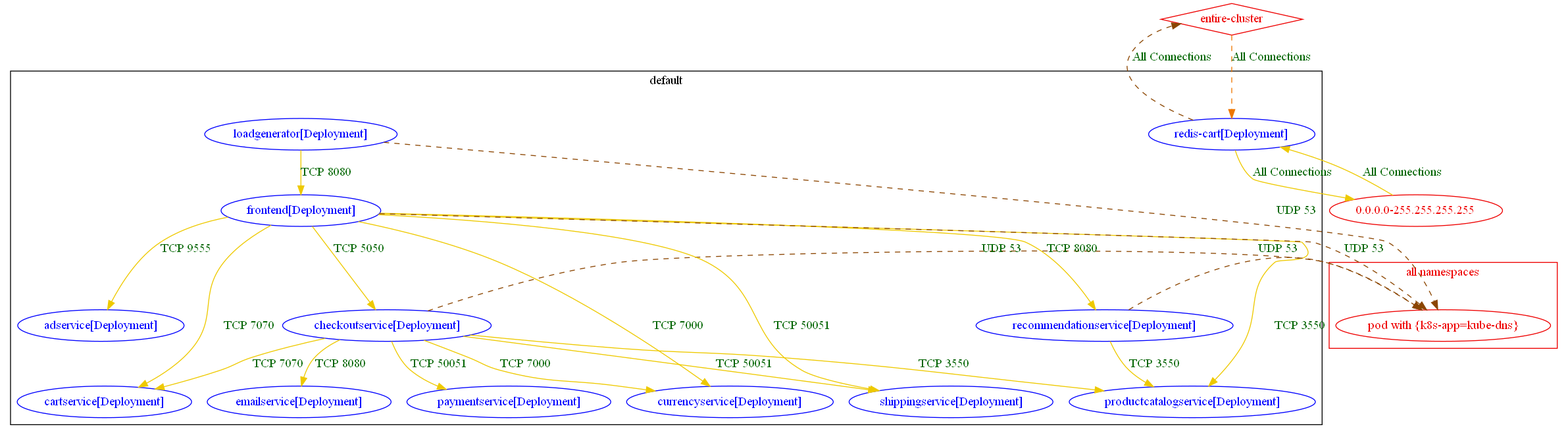
This is test_outputs/connlist/onlineboutique_workloads_exposure_output.dot.png from np-guard/netpol-analyzer, a Graphviz export, as it was before one commit. Its source is kept beside it as test_outputs/connlist/onlineboutique_workloads_exposure_output.dot.
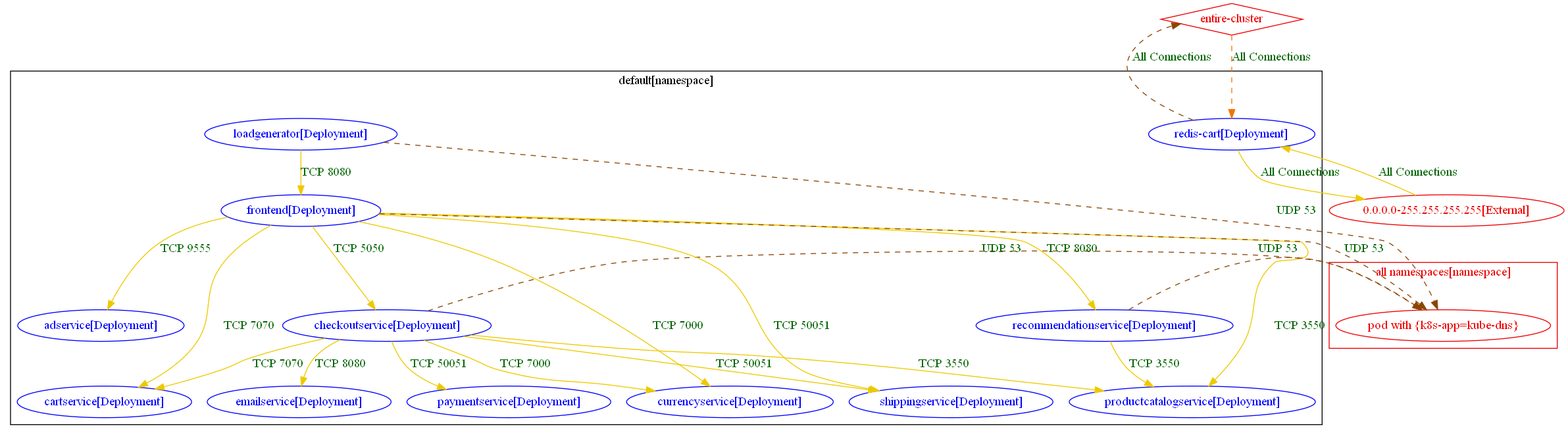
The same file after the commit.

Change to the diagram source:
```diff
@@ -1,5 +1,5 @@
 digraph {
-	subgraph "cluster_default" {
+	subgraph "cluster_default[namespace]" {
 		color="black"
 		fontcolor="black"
 		"default/adservice[Deployment]" [label="adservice[Deployment]" color="blue" fontcolor="blue"]
@@ -14,17 +14,17 @@
 		"default/recommendationservice[Deployment]" [label="recommendationservice[Deployment]" color="blue" fontcolor="blue"]
 		"default/redis-cart[Deployment]" [label="redis-cart[Deployment]" color="blue" fontcolor="blue"]
 		"default/shippingservice[Deployment]" [label="shippingservice[Deployment]" color="blue" fontcolor="blue"]
-		label="default"
+		label="default[namespace]"
 	}
-	subgraph "cluster_all namespaces" {
+	subgraph "cluster_all namespaces[namespace]" {
 		color="red2"
 		fontcolor="red2"
 		"pod with {k8s-app=kube-dns}_in_all namespaces" [label="pod with {k8s-app=kube-dns}" color="red2" fontcolor="red2"]
-		label="all namespaces"
+		label="all namespaces[namespace]"
 	}
-	"0.0.0.0-255.255.255.255" [label="0.0.0.0-255.255.255.255" color="red2" fontcolor="red2"]
+	"0.0.0.0-255.255.255.255[External]" [label="0.0.0.0-255.255.255.255[External]" color="red2" fontcolor="red2"]
 	"entire-cluster" [label="entire-cluster" color="red2" fontcolor="red2" shape=diamond]
-	"0.0.0.0-255.255.255.255" -> "default/redis-cart[Deployment]" [label="All Connections" color="gold2" fontcolor="darkgreen" weight=0.5]
+	"0.0.0.0-255.255.255.255[External]" -> "default/redis-cart[Deployment]" [label="All Connections" color="gold2" fontcolor="darkgreen" weight=0.5]
 	"default/checkoutservice[Deployment]" -> "default/cartservice[Deployment]" [label="TCP 7070" color="gold2" fontcolor="darkgreen" weight=1]
 	"default/checkoutservice[Deployment]" -> "default/currencyservice[Deployment]" [label="TCP 7000" color="gold2" fontcolor="darkgreen" weight=0.5]
 	"default/checkoutservice[Deployment]" -> "default/emailservice[Deployment]" [label="TCP 8080" color="gold2" fontcolor="darkgreen" weight=0.5]
@@ -44,7 +44,7 @@
 	"default/loadgenerator[Deployment]" -> "pod with {k8s-app=kube-dns}_in_all namespaces" [label="UDP 53" color="darkorange4" fontcolor="darkgreen" weight=0.5 style=dashed]
 	"default/recommendationservice[Deployment]" -> "default/productcatalogservice[Deployment]" [label="TCP 3550" color="gold2" fontcolor="darkgreen" weight=1]
 	"default/recommendationservice[Deployment]" -> "pod with {k8s-app=kube-dns}_in_all namespaces" [label="UDP 53" color="darkorange4" fontcolor="darkgreen" weight=0.5 style=dashed]
-	"default/redis-cart[Deployment]" -> "0.0.0.0-255.255.255.255" [label="All Connections" color="gold2" fontcolor="darkgreen" weight=1]
+	"default/redis-cart[Deployment]" -> "0.0.0.0-255.255.255.255[External]" [label="All Connections" color="gold2" fontcolor="darkgreen" weight=1]
 	"default/redis-cart[Deployment]" -> "entire-cluster" [label="All Connections" color="darkorange4" fontcolor="darkgreen" weight=0.5 style=dashed]
 	"entire-cluster" -> "default/redis-cart[Deployment]" [label="All Connections" color="darkorange2" fontcolor="darkgreen" weight=1 style=dashed]
 }
```
